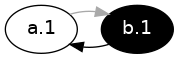
Earlier version of the Graphviz export lib/graphs/kernel_pw2_graph_colored.png (idaks/Games-and-Argumentation). Its source is kept beside it as lib/graphs/kernel_pw2_graph_colored.dot.
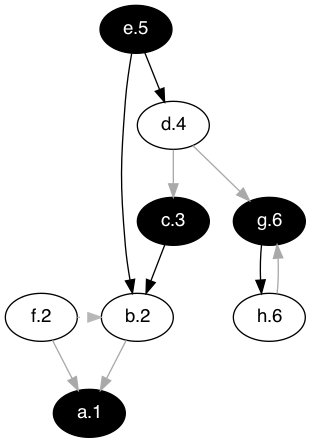
After the change.

Change to the diagram source:
```diff
@@ -2,13 +2,29 @@
   rankdir="TB"
   node [shape=oval style=filled fontname=Helvetica fontsize=14]
   node [fillcolor="#ffffff" fontcolor="#000000"]
+       b[label="b.2"]
+       f[label="f.2"]
+       d[label="d.4"]
+       h[label="h.6"]
+  node [fillcolor="#000000" fontcolor="#ffffff"]
        a[label="a.1"]
-  node [fillcolor="#000000" fontcolor="#ffffff"]
-       b[label="b.1"]
+       c[label="c.3"]
+       e[label="e.5"]
+       g[label="g.6"]
+  edge [dir=forward color="#A9A9A9" style="solid"]
+        "b" -> "a"
+        "f" -> "a"
+        "d" -> "c"
+        "d" -> "g"
+        "h" -> "g"
   edge [dir=forward color="#000000" style="solid"]
-        "b" -> "a"
-  edge [dir=forward color="#A9A9A9" style="solid"]
-        "a" -> "b"
+        "c" -> "b"
+        "e" -> "b"
+        "e" -> "d"
+        "g" -> "h"
+  edge [dir=forward color="#b7b7b7" style="dotted" constraint=false]
+        "f" -> "b"
 
-  {rank = max b a}
+  {rank = max a}
+  {rank = min e}
 }
```
